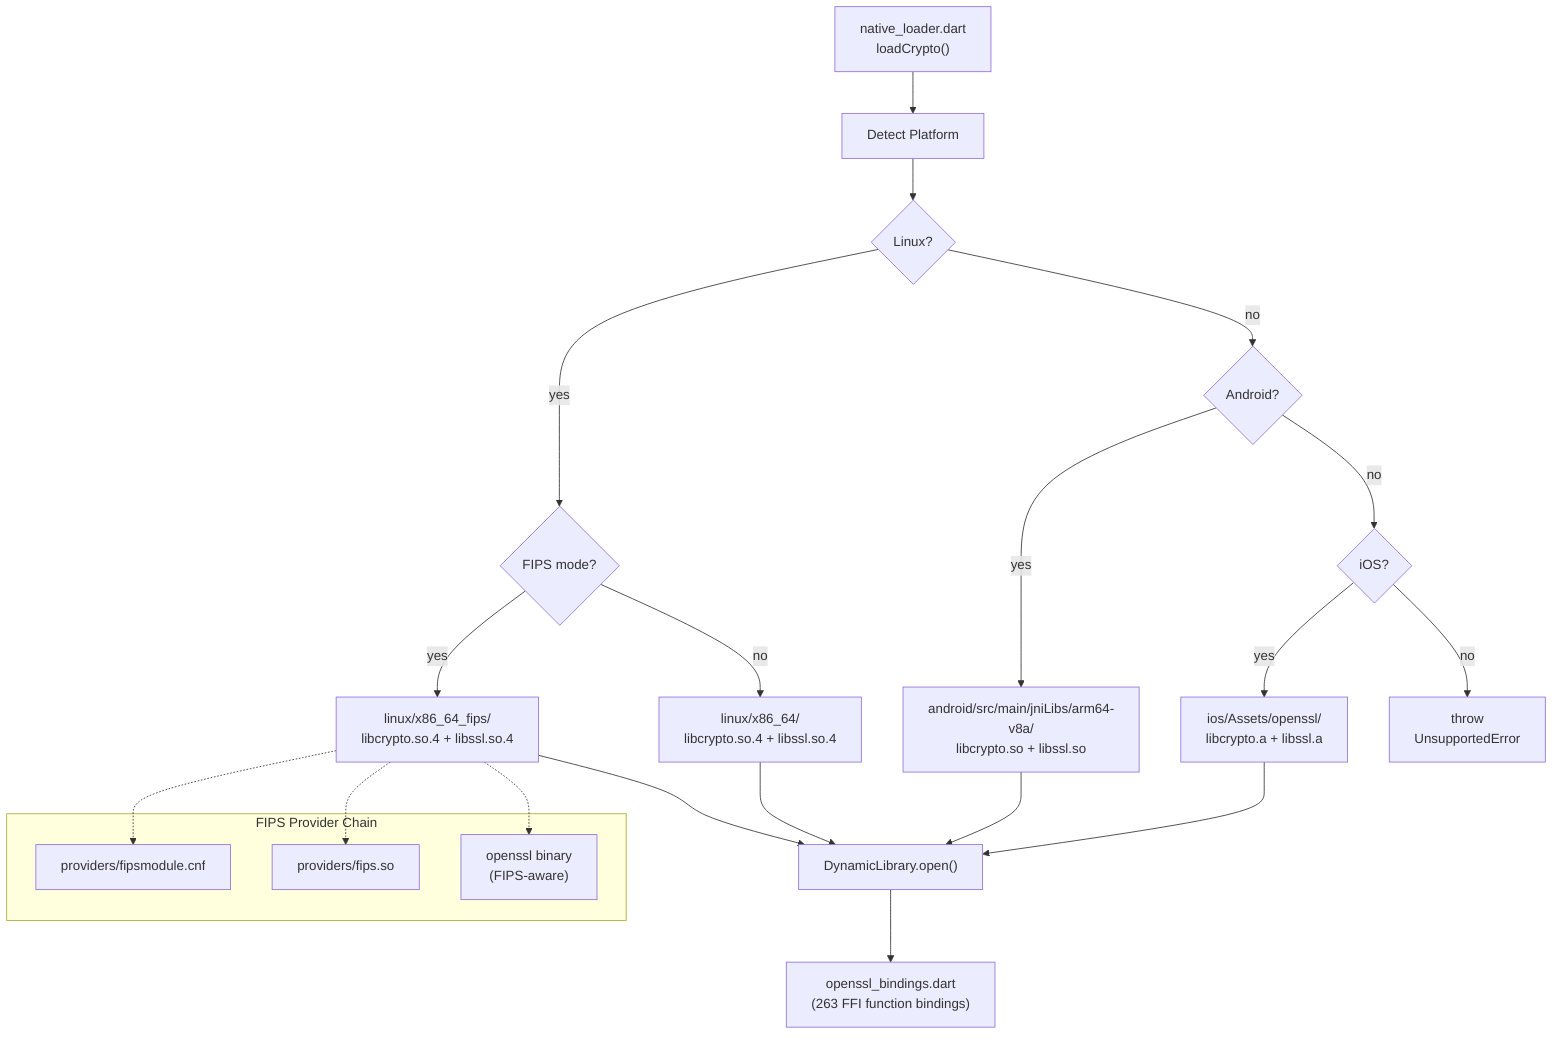
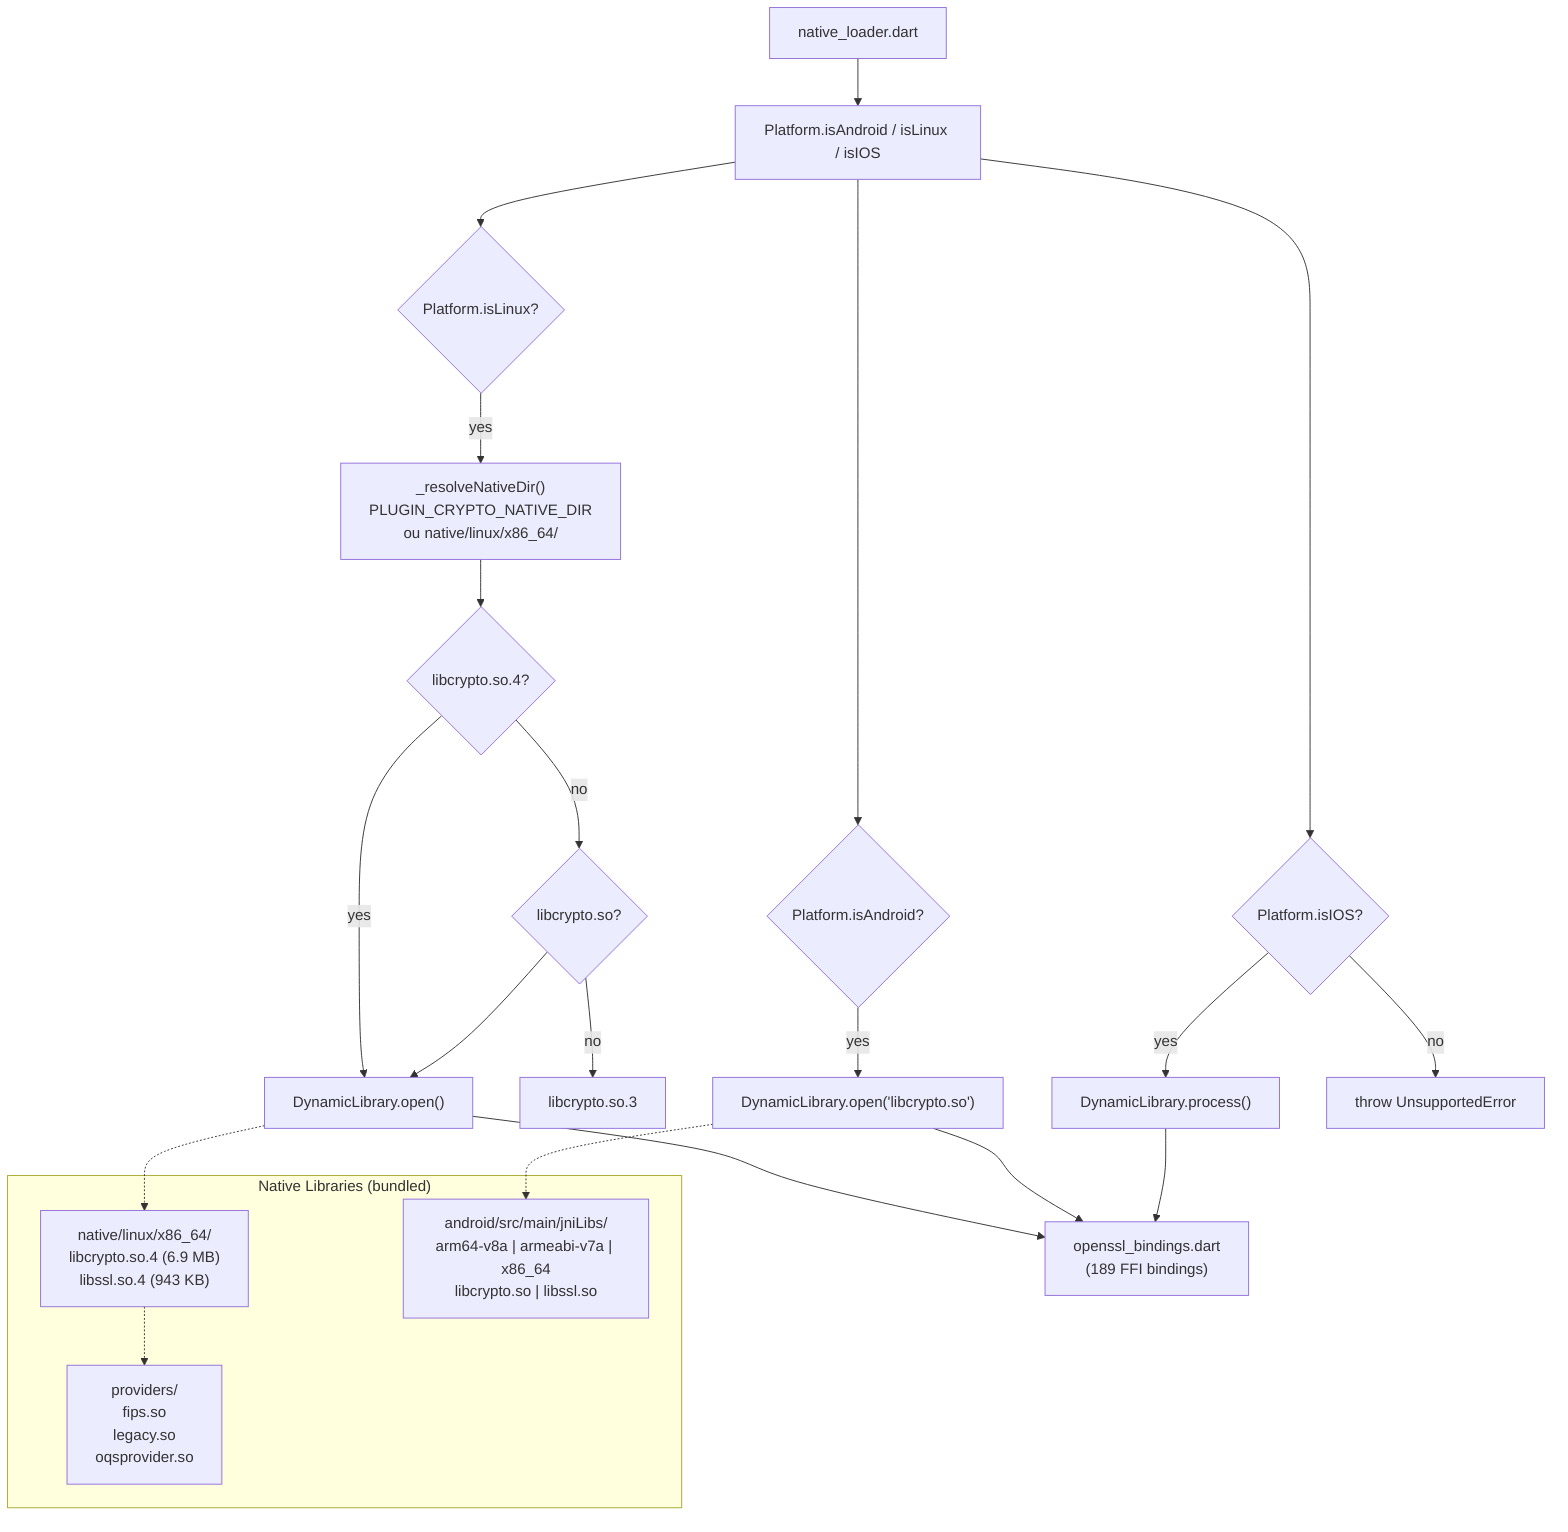
graph TD
-     LOADER["native_loader.dart\nloadCrypto()"]
-     DETECT["Detect Platform"]
+     LOADER["native_loader.dart"]
+     DETECT["Platform.isAndroid / isLinux / isIOS"]
    LOADER --> DETECT

-     DETECT --> LINUX{"Linux?"}
-     LINUX -->|yes| FIPS_CHECK{"FIPS mode?"}
-     FIPS_CHECK -->|yes| LINUX_FIPS["linux/x86_64_fips/\nlibcrypto.so.4 + libssl.so.4"]
-     FIPS_CHECK -->|no| LINUX_STD["linux/x86_64/\nlibcrypto.so.4 + libssl.so.4"]
+     DETECT --> LINUX{"Platform.isLinux?"}
+     DETECT --> ANDROID{"Platform.isAndroid?"}
+     DETECT --> IOS{"Platform.isIOS?"}

-     LINUX -->|no| ANDROID{"Android?"}
-     ANDROID -->|yes| ANDROID_LIB["android/src/main/jniLibs/arm64-v8a/\nlibcrypto.so + libssl.so"]
+     LINUX -->|yes| RESOLVE["_resolveNativeDir()\nPLUGIN_CRYPTO_NATIVE_DIR\nou native/linux/x86_64/"]
+     RESOLVE --> FALLBACK1{"libcrypto.so.4?"}
+     FALLBACK1 -->|yes| LINUX_LOAD["DynamicLibrary.open()"]
+     FALLBACK1 -->|no| FALLBACK2{"libcrypto.so?"}
+     FALLBACK2 --> LINUX_LOAD
+     FALLBACK2 -->|no| FALLBACK3["libcrypto.so.3"]

-     ANDROID -->|no| IOS_CHECK{"iOS?"}
-     IOS_CHECK -->|yes| IOS_LIB["ios/Assets/openssl/\nlibcrypto.a + libssl.a"]
+     ANDROID -->|yes| ANDROID_LOAD["DynamicLibrary.open('libcrypto.so')"]
+     IOS -->|yes| IOS_LOAD["DynamicLibrary.process()"]
+     IOS -->|no| UNSUPPORTED["throw UnsupportedError"]

-     IOS_CHECK -->|no| UNSUPPORTED["throw\nUnsupportedError"]
+     LINUX_LOAD --> BINDINGS["openssl_bindings.dart\n(189 FFI bindings)"]
+     ANDROID_LOAD --> BINDINGS
+     IOS_LOAD --> BINDINGS

-     LINUX_FIPS --> DLOPEN["DynamicLibrary.open()"]
-     LINUX_STD --> DLOPEN
-     ANDROID_LIB --> DLOPEN
-     IOS_LIB --> DLOPEN
- 
-     DLOPEN --> BINDINGS["openssl_bindings.dart\n(263 FFI function bindings)"]
- 
-     subgraph "FIPS Provider Chain"
-         FIPS_CONF["providers/fipsmodule.cnf"]
-         FIPS_SO["providers/fips.so"]
-         OPENSSL_BIN["openssl binary\n(FIPS-aware)"]
+     subgraph "Native Libraries (bundled)"
+         LINUX_SO["native/linux/x86_64/\nlibcrypto.so.4 (6.9 MB)\nlibssl.so.4 (943 KB)"]
+         ANDROID_SO["android/src/main/jniLibs/\narm64-v8a | armeabi-v7a | x86_64\nlibcrypto.so | libssl.so"]
+         PROVIDERS["providers/\nfips.so\nlegacy.so\noqsprovider.so"]
    end

-     LINUX_FIPS -.-> FIPS_CONF
-     LINUX_FIPS -.-> FIPS_SO
-     LINUX_FIPS -.-> OPENSSL_BIN+     LINUX_LOAD -.-> LINUX_SO
+     ANDROID_LOAD -.-> ANDROID_SO
+     LINUX_SO -.-> PROVIDERS
